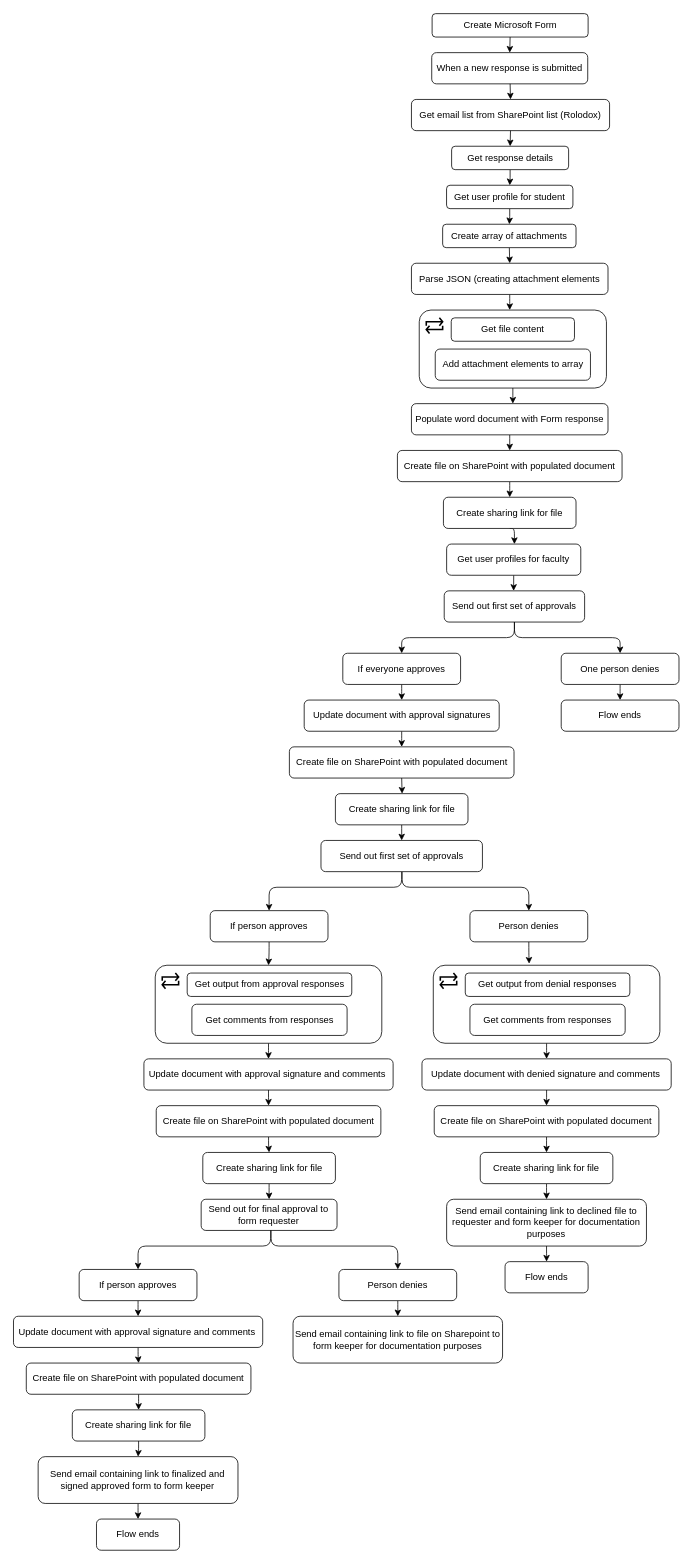
DianaJimenez23/Leave-of-Absence-Request-Form-Automation keeps this draw.io diagram as Untitled Diagram.drawio. Above is the earlier version. Source tidied: cells renumbered, new cells numbered last; positions are measured from the earlier drawing's top-left corner, leaving out a move shared by most shapes. Both pictures are drawn from the tidied source at 78%, with x=0, y=0 at pixel (13, 13).
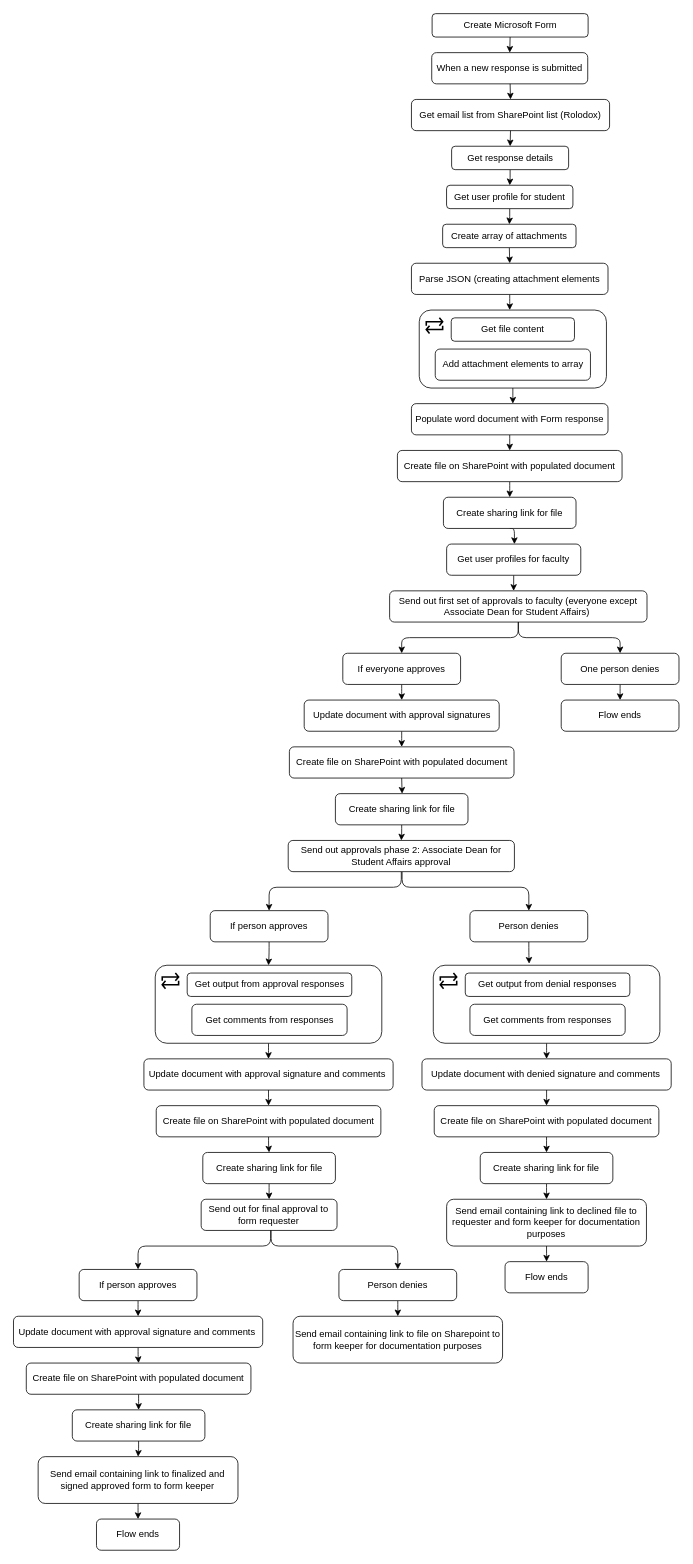
The same diagram, later.

Commit message:
Update LoA_Req_Workflow Diagram.drawio

Diff of the diagram source:
```diff
@@
-    <mxCell id="30" value="Send out first set of approvals" style="whiteSpace=wrap;html=1;rounded=1;" parent="1" vertex="1">
-      <mxGeometry x="552" y="740" width="180" height="40" as="geometry" />
+    <mxCell id="30" value="Send out first set of approvals to faculty (everyone except Associate Dean for Student Affairs)&amp;nbsp;" style="whiteSpace=wrap;html=1;rounded=1;" parent="1" vertex="1">
+      <mxGeometry x="482" y="740" width="330" height="40" as="geometry" />
     </mxCell>
@@
-    <mxCell id="44" value="Send out first set of approvals" style="whiteSpace=wrap;html=1;rounded=1;" parent="1" vertex="1">
-      <mxGeometry x="394" y="1060" width="207" height="40" as="geometry" />
+    <mxCell id="44" value="Send out approvals phase 2: Associate Dean for Student Affairs approval" style="whiteSpace=wrap;html=1;rounded=1;" parent="1" vertex="1">
+      <mxGeometry x="352" y="1060" width="290" height="40" as="geometry" />
     </mxCell>
```
